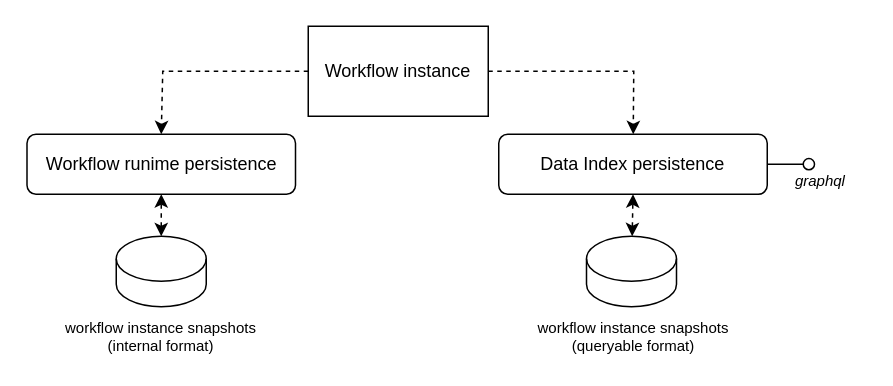
apache/incubator-kie-kogito-docs keeps this draw.io diagram as serverlessworkflow/modules/ROOT/assets/images/persistence/Persistence-Types.drawio. Above is the earlier version. Source tidied: cells renumbered, new cells numbered last; positions are measured from the earlier drawing's top-left corner, leaving out a move shared by most shapes. Both pictures are drawn from the tidied source at 150%, with x=0, y=0 at pixel (27, 26).
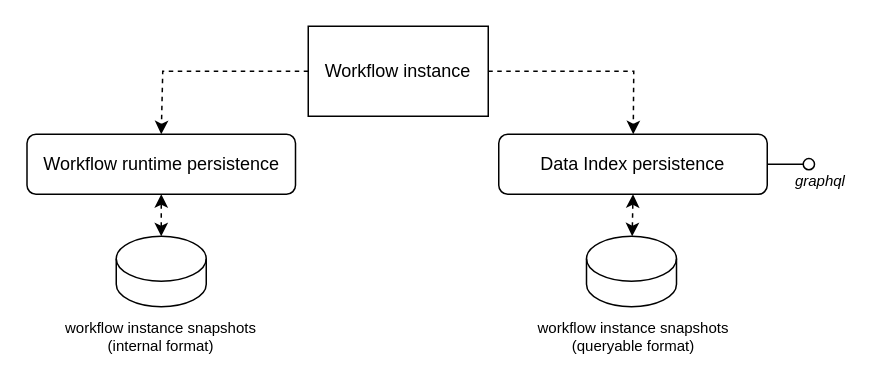
The same diagram, later.

Change to the diagram source:
```diff
@@
 <mxGraphModel>
   <root>
     <mxCell id="0" />
     <mxCell id="1" parent="0" />
-    <mxCell id="2" value="Workflow runime persistence" style="rounded=1;whiteSpace=wrap;html=1;" parent="1" vertex="1">
+    <mxCell id="2" value="Workflow runtime persistence" style="rounded=1;whiteSpace=wrap;html=1;" parent="1" vertex="1">
       <mxGeometry x="-0.5" y="72" width="179" height="40" as="geometry" />
     </mxCell>
     <mxCell id="3" style="shape=cylinder3;whiteSpace=wrap;html=1;boundedLbl=1;backgroundOutline=1;size=15;" parent="1" vertex="1">
       <mxGeometry x="59" y="140" width="60" height="47" as="geometry" />
     </mxCell>
     <mxCell id="4" style="endArrow=classic;html=1;rounded=0;entryX=0.5;entryY=0;entryDx=0;entryDy=0;dashed=1;exitX=0;exitY=0.5;exitDx=0;exitDy=0;" parent="1" edge="1" source="5" target="2">
       <mxGeometry relative="1" as="geometry">
         <Array as="points">
           <mxPoint x="90" y="30" />
         </Array>
       </mxGeometry>
     </mxCell>
     <mxCell id="5" value="Workflow instance" style="rounded=0;whiteSpace=wrap;html=1;" parent="1" vertex="1">
       <mxGeometry x="187" width="120" height="60" as="geometry" />
     </mxCell>
     <mxCell id="6" value="Data Index persistence" style="rounded=1;whiteSpace=wrap;html=1;" parent="1" vertex="1">
       <mxGeometry x="314" y="72" width="179" height="40" as="geometry" />
     </mxCell>
     <mxCell id="7" style="endArrow=classic;html=1;rounded=0;dashed=1;" parent="1" edge="1" source="5" target="6">
       <mxGeometry relative="1" as="geometry">
         <Array as="points">
           <mxPoint x="404" y="30" />
         </Array>
       </mxGeometry>
     </mxCell>
     <mxCell id="8" style="endArrow=classic;startArrow=classic;html=1;rounded=0;dashed=1;entryX=0.5;entryY=1;entryDx=0;entryDy=0;" parent="1" edge="1" source="3" target="2">
       <mxGeometry relative="1" as="geometry" />
     </mxCell>
     <mxCell id="9" style="endArrow=classic;startArrow=classic;html=1;rounded=0;dashed=1;entryX=0.5;entryY=1;entryDx=0;entryDy=0;" parent="1" edge="1" source="10" target="6">
       <mxGeometry relative="1" as="geometry" />
     </mxCell>
     <mxCell id="10" style="shape=cylinder3;whiteSpace=wrap;html=1;boundedLbl=1;backgroundOutline=1;size=15;" parent="1" vertex="1">
       <mxGeometry x="372.5" y="140" width="60" height="47" as="geometry" />
     </mxCell>
     <mxCell id="11" style="ellipse;whiteSpace=wrap;html=1;" parent="1" vertex="1">
       <mxGeometry x="517" y="88.2" width="7.5" height="7.5" as="geometry" />
     </mxCell>
     <mxCell id="12" style="endArrow=none;html=1;rounded=0;entryX=1;entryY=0.5;entryDx=0;entryDy=0;exitX=0;exitY=0.5;exitDx=0;exitDy=0;" parent="1" edge="1" source="11" target="6">
       <mxGeometry relative="1" as="geometry" />
     </mxCell>
     <mxCell id="13" value="&lt;i style=&quot;font-size: 10px;&quot;&gt;&lt;font style=&quot;font-size: 10px;&quot;&gt;graphql&amp;nbsp;&lt;/font&gt;&lt;/i&gt;" style="text;html=1;align=center;verticalAlign=middle;whiteSpace=wrap;rounded=0;fontSize=10;" parent="1" vertex="1">
       <mxGeometry x="500" y="88.2" width="60" height="30" as="geometry" />
     </mxCell>
     <mxCell id="14" value="&lt;font style=&quot;font-size: 10px;&quot;&gt;workflow instance snapshots&lt;/font&gt;&lt;div style=&quot;font-size: 10px;&quot;&gt;&lt;font style=&quot;font-size: 10px;&quot;&gt;(internal format)&lt;/font&gt;&lt;/div&gt;" style="text;html=1;align=center;verticalAlign=middle;whiteSpace=wrap;rounded=0;fontSize=10;" parent="1" vertex="1">
       <mxGeometry x="23.2" y="192" width="131.5" height="30" as="geometry" />
     </mxCell>
     <mxCell id="15" value="&lt;font style=&quot;font-size: 10px;&quot;&gt;workflow instance snapshots&lt;/font&gt;&lt;div style=&quot;font-size: 10px;&quot;&gt;&lt;font style=&quot;font-size: 10px;&quot;&gt;(queryable format)&lt;/font&gt;&lt;/div&gt;" style="text;html=1;align=center;verticalAlign=middle;whiteSpace=wrap;rounded=0;fontSize=10;" parent="1" vertex="1">
       <mxGeometry x="337.8" y="192" width="131.5" height="30" as="geometry" />
     </mxCell>
   </root>
 </mxGraphModel>
```
